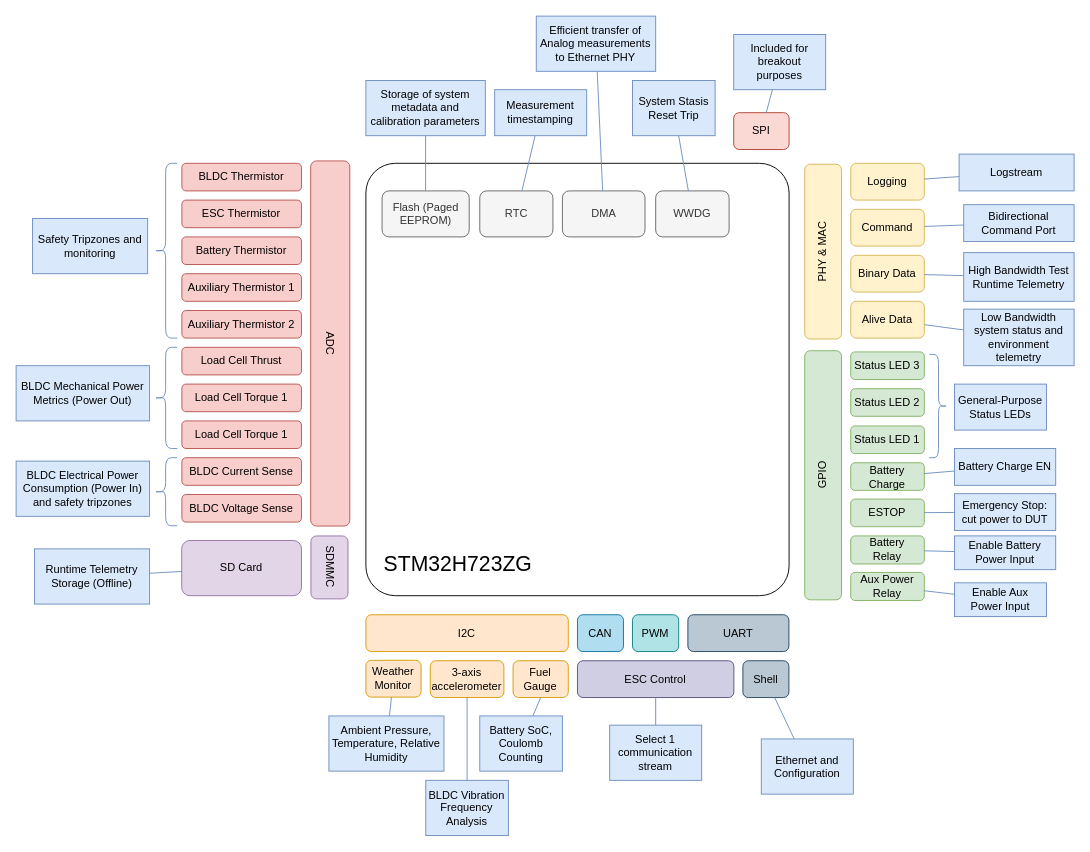
The draw.io diagram raptor/v1/RaptorSystemDrawing.drawio in dronectl/ddd, before the edit. Source tidied: cells renumbered, new cells numbered last; positions are measured from the earlier drawing's top-left corner, leaving out a move shared by most shapes. Both pictures are drawn from the tidied source at 92%, with x=0, y=0 at pixel (16, 16).
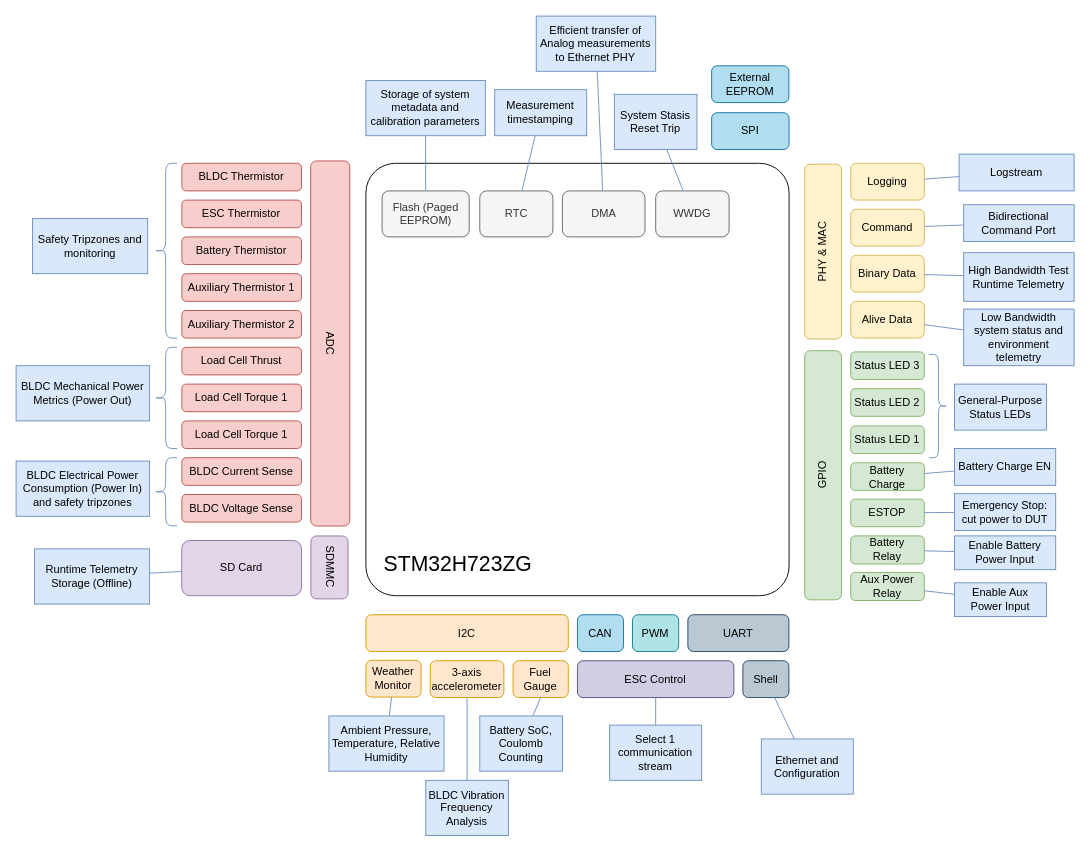
After the change.

What changed in the source:
```diff
@@
-    <mxCell id="38" value="SPI" style="rounded=1;whiteSpace=wrap;html=1;rotation=0;fillColor=#fad9d5;strokeColor=#ae4132;" parent="1" vertex="1">
-      <mxGeometry x="780" y="105" width="60.2" height="40" as="geometry" />
+    <mxCell id="38" value="SPI" style="rounded=1;whiteSpace=wrap;html=1;rotation=0;fillColor=#b1ddf0;strokeColor=#10739e;" parent="1" vertex="1">
+      <mxGeometry x="756" y="105" width="84.2" height="40" as="geometry" />
     </mxCell>
-    <mxCell id="39" value="Included for breakout purposes" style="rounded=0;whiteSpace=wrap;html=1;fillColor=#dae8fc;strokeColor=#6c8ebf;" parent="1" vertex="1">
-      <mxGeometry x="780" y="20" width="100" height="60" as="geometry" />
-    </mxCell>
-    <mxCell id="40" style="endArrow=none;html=1;rounded=0;fillColor=#dae8fc;strokeColor=#6c8ebf;" parent="1" edge="1" source="38" target="39">
-      <mxGeometry relative="1" as="geometry" />
-    </mxCell>
@@
     <mxCell id="85" value="System Stasis Reset Trip" style="rounded=0;whiteSpace=wrap;html=1;fillColor=#dae8fc;strokeColor=#6c8ebf;" parent="1" vertex="1">
-      <mxGeometry x="670" y="70" width="89.8" height="60" as="geometry" />
+      <mxGeometry x="650.3" y="85" width="89.8" height="60" as="geometry" />
     </mxCell>
@@
+    <mxCell id="90" value="External&lt;br&gt;EEPROM" style="rounded=1;whiteSpace=wrap;html=1;fillColor=#b1ddf0;strokeColor=#10739e;" parent="1" vertex="1">
+      <mxGeometry x="756" y="54" width="84" height="40" as="geometry" />
+    </mxCell>
```
